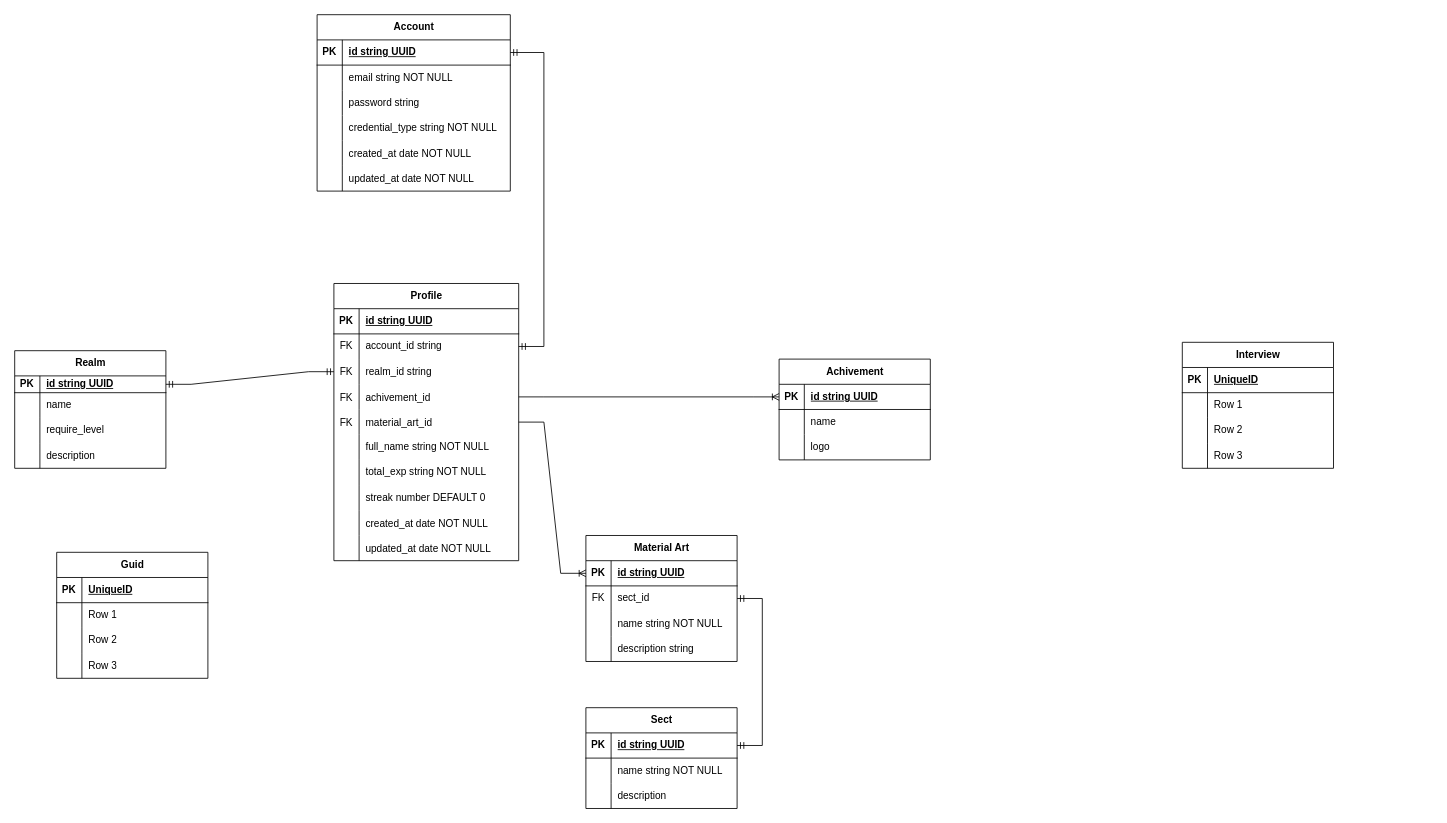
Earlier version of the draw.io diagram DatabaseDesign.drawio (trminhphu79/code-cultivation-be). Source tidied: cells renumbered, new cells numbered last; positions are measured from the earlier drawing's top-left corner, leaving out a move shared by most shapes. Both pictures are drawn from the tidied source at 84%, with x=0, y=0 at pixel (14, 14).
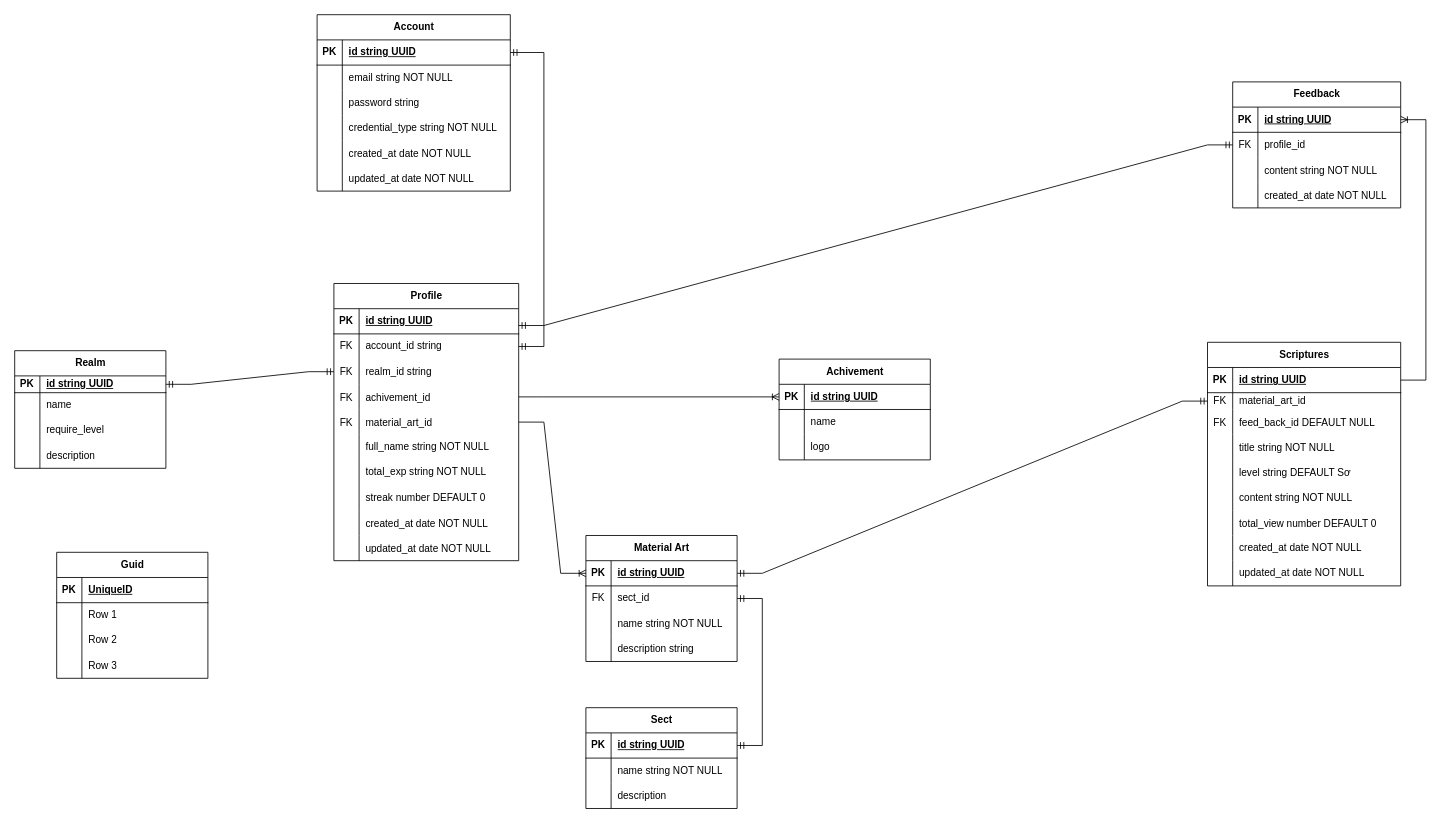
After the change.

The change refers to these unchanged cells:
```xml
<mxCell id="22" style="shape=tableRow;horizontal=0;startSize=0;swimlaneHead=0;swimlaneBody=0;fillColor=none;points=[[0,0.5],[1,0.5]];portConstraint=eastwest;top=0;left=0;right=0;bottom=1;" parent="21" vertex="1">
  <mxGeometry y="30" width="220" height="30" as="geometry" />
</mxCell>
<mxCell id="79" style="shape=tableRow;horizontal=0;startSize=0;swimlaneHead=0;swimlaneBody=0;fillColor=none;points=[[0,0.5],[1,0.5]];portConstraint=eastwest;top=0;left=0;right=0;bottom=1;" parent="78" vertex="1">
  <mxGeometry y="30" width="180" height="30" as="geometry" />
</mxCell>
```

Change to the diagram source:
```diff
@@
-    <mxCell id="116" value="Interview" style="shape=table;startSize=30;childLayout=tableLayout;rowLines=0;fontStyle=1;align=center;html=1;" parent="1" vertex="1">
-      <mxGeometry x="1390" y="390" width="180" height="150" as="geometry" />
+    <mxCell id="116" value="Scriptures" style="shape=table;startSize=30;childLayout=tableLayout;rowLines=0;fontStyle=1;align=center;html=1;" parent="1" vertex="1">
+      <mxGeometry x="1420" y="390" width="230" height="290" as="geometry" />
     </mxCell>
     <mxCell id="117" style="shape=tableRow;horizontal=0;startSize=0;swimlaneHead=0;swimlaneBody=0;fillColor=none;points=[[0,0.5],[1,0.5]];portConstraint=eastwest;top=0;left=0;right=0;bottom=1;" parent="116" vertex="1">
-      <mxGeometry y="30" width="180" height="30" as="geometry" />
+      <mxGeometry y="30" width="230" height="30" as="geometry" />
     </mxCell>
@@
-    <mxCell id="119" value="UniqueID" style="shape=partialRectangle;fillColor=none;top=0;left=0;bottom=0;right=0;align=left;spacingLeft=6;fontStyle=5;overflow=hidden;whiteSpace=wrap;html=1;" parent="117" vertex="1">
-      <mxGeometry x="30" width="150" height="30" as="geometry" />
+    <mxCell id="119" value="id string UUID" style="shape=partialRectangle;fillColor=none;top=0;left=0;bottom=0;right=0;align=left;spacingLeft=6;fontStyle=5;overflow=hidden;whiteSpace=wrap;html=1;" parent="117" vertex="1">
+      <mxGeometry x="30" width="200" height="30" as="geometry" />
     </mxCell>
-    <mxCell id="120" style="shape=tableRow;horizontal=0;startSize=0;swimlaneHead=0;swimlaneBody=0;fillColor=none;top=0;left=0;right=0;bottom=0;" parent="116" vertex="1">
-      <mxGeometry y="60" width="180" height="30" as="geometry" />
-    </mxCell>
-    <mxCell id="121" style="shape=partialRectangle;fillColor=none;top=0;left=0;bottom=0;right=0;overflow=hidden;whiteSpace=wrap;html=1;" parent="120" vertex="1">
-      <mxGeometry width="30" height="30" as="geometry" />
-    </mxCell>
-    <mxCell id="122" value="Row 1" style="shape=partialRectangle;fillColor=none;top=0;left=0;bottom=0;right=0;align=left;spacingLeft=6;overflow=hidden;whiteSpace=wrap;html=1;" parent="120" vertex="1">
-      <mxGeometry x="30" width="150" height="30" as="geometry" />
-    </mxCell>
+    <mxCell id="129" style="shape=tableRow;horizontal=0;startSize=0;swimlaneHead=0;swimlaneBody=0;fillColor=none;points=[[0,0.5],[1,0.5]];portConstraint=eastwest;top=0;left=0;right=0;bottom=0;" parent="116" vertex="1">
+      <mxGeometry y="60" width="230" height="20" as="geometry" />
+    </mxCell>
+    <mxCell id="130" value="FK" style="shape=partialRectangle;fillColor=none;top=0;left=0;bottom=0;right=0;fontStyle=0;overflow=hidden;whiteSpace=wrap;html=1;" parent="129" vertex="1">
+      <mxGeometry width="30" height="20" as="geometry" />
+    </mxCell>
+    <mxCell id="131" value="material_art_id" style="shape=partialRectangle;fillColor=none;top=0;left=0;bottom=0;right=0;align=left;spacingLeft=6;fontStyle=0;overflow=hidden;whiteSpace=wrap;html=1;" parent="129" vertex="1">
+      <mxGeometry x="30" width="200" height="20" as="geometry" />
+    </mxCell>
+    <mxCell id="132" style="shape=tableRow;horizontal=0;startSize=0;swimlaneHead=0;swimlaneBody=0;fillColor=none;top=0;left=0;right=0;bottom=0;" parent="116" vertex="1">
+      <mxGeometry y="80" width="230" height="30" as="geometry" />
+    </mxCell>
+    <mxCell id="133" value="FK" style="shape=partialRectangle;fillColor=none;top=0;left=0;bottom=0;right=0;overflow=hidden;" parent="132" vertex="1">
+      <mxGeometry width="30" height="30" as="geometry" />
+    </mxCell>
+    <mxCell id="134" value="feed_back_id DEFAULT NULL" style="shape=partialRectangle;fillColor=none;top=0;left=0;bottom=0;right=0;align=left;spacingLeft=6;overflow=hidden;" parent="132" vertex="1">
+      <mxGeometry x="30" width="200" height="30" as="geometry" />
+    </mxCell>
+    <mxCell id="135" style="shape=tableRow;horizontal=0;startSize=0;swimlaneHead=0;swimlaneBody=0;fillColor=none;top=0;left=0;right=0;bottom=0;" parent="116" vertex="1">
+      <mxGeometry y="110" width="230" height="30" as="geometry" />
+    </mxCell>
+    <mxCell id="136" style="shape=partialRectangle;fillColor=none;top=0;left=0;bottom=0;right=0;overflow=hidden;" parent="135" vertex="1">
+      <mxGeometry width="30" height="30" as="geometry" />
+    </mxCell>
+    <mxCell id="137" value="title string NOT NULL" style="shape=partialRectangle;fillColor=none;top=0;left=0;bottom=0;right=0;align=left;spacingLeft=6;overflow=hidden;" parent="135" vertex="1">
+      <mxGeometry x="30" width="200" height="30" as="geometry" />
+    </mxCell>
+    <mxCell id="138" style="shape=tableRow;horizontal=0;startSize=0;swimlaneHead=0;swimlaneBody=0;fillColor=none;top=0;left=0;right=0;bottom=0;" parent="116" vertex="1">
+      <mxGeometry y="140" width="230" height="30" as="geometry" />
+    </mxCell>
+    <mxCell id="139" style="shape=partialRectangle;fillColor=none;top=0;left=0;bottom=0;right=0;overflow=hidden;" parent="138" vertex="1">
+      <mxGeometry width="30" height="30" as="geometry" />
+    </mxCell>
+    <mxCell id="140" value="level string DEFAULT Sơ" style="shape=partialRectangle;fillColor=none;top=0;left=0;bottom=0;right=0;align=left;spacingLeft=6;overflow=hidden;" parent="138" vertex="1">
+      <mxGeometry x="30" width="200" height="30" as="geometry" />
+    </mxCell>
+    <mxCell id="141" style="shape=tableRow;horizontal=0;startSize=0;swimlaneHead=0;swimlaneBody=0;fillColor=none;top=0;left=0;right=0;bottom=0;" parent="116" vertex="1">
+      <mxGeometry y="170" width="230" height="30" as="geometry" />
+    </mxCell>
+    <mxCell id="142" style="shape=partialRectangle;fillColor=none;top=0;left=0;bottom=0;right=0;fontStyle=0;overflow=hidden;whiteSpace=wrap;html=1;" parent="141" vertex="1">
+      <mxGeometry width="30" height="30" as="geometry" />
+    </mxCell>
+    <mxCell id="143" value="content string NOT NULL" style="shape=partialRectangle;fillColor=none;top=0;left=0;bottom=0;right=0;align=left;spacingLeft=6;fontStyle=0;overflow=hidden;whiteSpace=wrap;html=1;" parent="141" vertex="1">
+      <mxGeometry x="30" width="200" height="30" as="geometry" />
+    </mxCell>
+    <mxCell id="144" style="shape=tableRow;horizontal=0;startSize=0;swimlaneHead=0;swimlaneBody=0;fillColor=none;top=0;left=0;right=0;bottom=0;" parent="116" vertex="1">
+      <mxGeometry y="200" width="230" height="30" as="geometry" />
+    </mxCell>
+    <mxCell id="145" style="shape=partialRectangle;fillColor=none;top=0;left=0;bottom=0;right=0;overflow=hidden;" parent="144" vertex="1">
+      <mxGeometry width="30" height="30" as="geometry" />
+    </mxCell>
+    <mxCell id="146" value="total_view number DEFAULT 0" style="shape=partialRectangle;fillColor=none;top=0;left=0;bottom=0;right=0;align=left;spacingLeft=6;overflow=hidden;" parent="144" vertex="1">
+      <mxGeometry x="30" width="200" height="30" as="geometry" />
+    </mxCell>
     <mxCell id="123" style="shape=tableRow;horizontal=0;startSize=0;swimlaneHead=0;swimlaneBody=0;fillColor=none;top=0;left=0;right=0;bottom=0;" parent="116" vertex="1">
-      <mxGeometry y="90" width="180" height="30" as="geometry" />
+      <mxGeometry y="230" width="230" height="30" as="geometry" />
     </mxCell>
@@
-    <mxCell id="125" value="Row 2" style="shape=partialRectangle;fillColor=none;top=0;left=0;bottom=0;right=0;align=left;spacingLeft=6;overflow=hidden;whiteSpace=wrap;html=1;" parent="123" vertex="1">
-      <mxGeometry x="30" width="150" height="30" as="geometry" />
+    <mxCell id="125" value="created_at date NOT NULL" style="shape=partialRectangle;fillColor=none;top=0;left=0;bottom=0;right=0;align=left;spacingLeft=6;overflow=hidden;whiteSpace=wrap;html=1;" parent="123" vertex="1">
+      <mxGeometry x="30" width="200" height="30" as="geometry" />
     </mxCell>
     <mxCell id="126" style="shape=tableRow;horizontal=0;startSize=0;swimlaneHead=0;swimlaneBody=0;fillColor=none;top=0;left=0;right=0;bottom=0;" parent="116" vertex="1">
-      <mxGeometry y="120" width="180" height="30" as="geometry" />
+      <mxGeometry y="260" width="230" height="30" as="geometry" />
     </mxCell>
@@
-    <mxCell id="128" value="Row 3" style="shape=partialRectangle;fillColor=none;top=0;left=0;bottom=0;right=0;align=left;spacingLeft=6;overflow=hidden;whiteSpace=wrap;html=1;" parent="126" vertex="1">
-      <mxGeometry x="30" width="150" height="30" as="geometry" />
+    <mxCell id="128" value="updated_at date NOT NULL" style="shape=partialRectangle;fillColor=none;top=0;left=0;bottom=0;right=0;align=left;spacingLeft=6;overflow=hidden;whiteSpace=wrap;html=1;" parent="126" vertex="1">
+      <mxGeometry x="30" width="200" height="30" as="geometry" />
     </mxCell>
+    <mxCell id="147" value="Feedback" style="shape=table;startSize=30;childLayout=tableLayout;rowLines=0;fontStyle=1;align=center;html=1;" parent="1" vertex="1">
+      <mxGeometry x="1450" y="80" width="200" height="150" as="geometry" />
+    </mxCell>
+    <mxCell id="148" style="shape=tableRow;horizontal=0;startSize=0;swimlaneHead=0;swimlaneBody=0;fillColor=none;points=[[0,0.5],[1,0.5]];portConstraint=eastwest;top=0;left=0;right=0;bottom=1;" parent="147" vertex="1">
+      <mxGeometry y="30" width="200" height="30" as="geometry" />
+    </mxCell>
+    <mxCell id="149" value="PK" style="shape=partialRectangle;fillColor=none;top=0;left=0;bottom=0;right=0;fontStyle=1;overflow=hidden;whiteSpace=wrap;html=1;" parent="148" vertex="1">
+      <mxGeometry width="30" height="30" as="geometry" />
+    </mxCell>
+    <mxCell id="150" value="id string UUID" style="shape=partialRectangle;fillColor=none;top=0;left=0;bottom=0;right=0;align=left;spacingLeft=6;fontStyle=5;overflow=hidden;whiteSpace=wrap;html=1;" parent="148" vertex="1">
+      <mxGeometry x="30" width="170" height="30" as="geometry" />
+    </mxCell>
+    <mxCell id="151" style="shape=tableRow;horizontal=0;startSize=0;swimlaneHead=0;swimlaneBody=0;fillColor=none;points=[[0,0.5],[1,0.5]];portConstraint=eastwest;top=0;left=0;right=0;bottom=0;" parent="147" vertex="1">
+      <mxGeometry y="60" width="200" height="30" as="geometry" />
+    </mxCell>
+    <mxCell id="152" value="FK" style="shape=partialRectangle;fillColor=none;top=0;left=0;bottom=0;right=0;overflow=hidden;whiteSpace=wrap;html=1;" parent="151" vertex="1">
+      <mxGeometry width="30" height="30" as="geometry" />
+    </mxCell>
+    <mxCell id="153" value="profile_id" style="shape=partialRectangle;fillColor=none;top=0;left=0;bottom=0;right=0;align=left;spacingLeft=6;overflow=hidden;whiteSpace=wrap;html=1;" parent="151" vertex="1">
+      <mxGeometry x="30" width="170" height="30" as="geometry" />
+    </mxCell>
+    <mxCell id="154" style="shape=tableRow;horizontal=0;startSize=0;swimlaneHead=0;swimlaneBody=0;fillColor=none;top=0;left=0;right=0;bottom=0;" parent="147" vertex="1">
+      <mxGeometry y="90" width="200" height="30" as="geometry" />
+    </mxCell>
+    <mxCell id="155" style="shape=partialRectangle;fillColor=none;top=0;left=0;bottom=0;right=0;overflow=hidden;" parent="154" vertex="1">
+      <mxGeometry width="30" height="30" as="geometry" />
+    </mxCell>
+    <mxCell id="156" value="content string NOT NULL" style="shape=partialRectangle;fillColor=none;top=0;left=0;bottom=0;right=0;align=left;spacingLeft=6;overflow=hidden;" parent="154" vertex="1">
+      <mxGeometry x="30" width="170" height="30" as="geometry" />
+    </mxCell>
+    <mxCell id="157" style="shape=tableRow;horizontal=0;startSize=0;swimlaneHead=0;swimlaneBody=0;fillColor=none;top=0;left=0;right=0;bottom=0;" parent="147" vertex="1">
+      <mxGeometry y="120" width="200" height="30" as="geometry" />
+    </mxCell>
+    <mxCell id="158" style="shape=partialRectangle;fillColor=none;top=0;left=0;bottom=0;right=0;overflow=hidden;" parent="157" vertex="1">
+      <mxGeometry width="30" height="30" as="geometry" />
+    </mxCell>
+    <mxCell id="159" value="created_at date NOT NULL" style="shape=partialRectangle;fillColor=none;top=0;left=0;bottom=0;right=0;align=left;spacingLeft=6;overflow=hidden;" parent="157" vertex="1">
+      <mxGeometry x="30" width="170" height="30" as="geometry" />
+    </mxCell>
+    <mxCell id="160" style="edgeStyle=entityRelationEdgeStyle;fontSize=12;html=1;endArrow=ERmandOne;startArrow=ERmandOne;rounded=0;entryX=0;entryY=0.5;entryDx=0;entryDy=0;" parent="1" edge="1" source="79" target="129">
+      <mxGeometry relative="1" as="geometry" />
+    </mxCell>
+    <mxCell id="161" style="edgeStyle=entityRelationEdgeStyle;fontSize=12;html=1;endArrow=ERoneToMany;rounded=0;entryX=1;entryY=0.5;entryDx=0;entryDy=0;exitX=1;exitY=0.5;exitDx=0;exitDy=0;" parent="1" edge="1" source="117" target="148">
+      <mxGeometry relative="1" as="geometry" />
+    </mxCell>
+    <mxCell id="162" style="edgeStyle=entityRelationEdgeStyle;fontSize=12;html=1;endArrow=ERmandOne;startArrow=ERmandOne;rounded=0;entryX=0;entryY=0.5;entryDx=0;entryDy=0;exitX=1;exitY=0.667;exitDx=0;exitDy=0;exitPerimeter=0;" parent="1" edge="1" source="22" target="151">
+      <mxGeometry relative="1" as="geometry" />
+    </mxCell>
```
